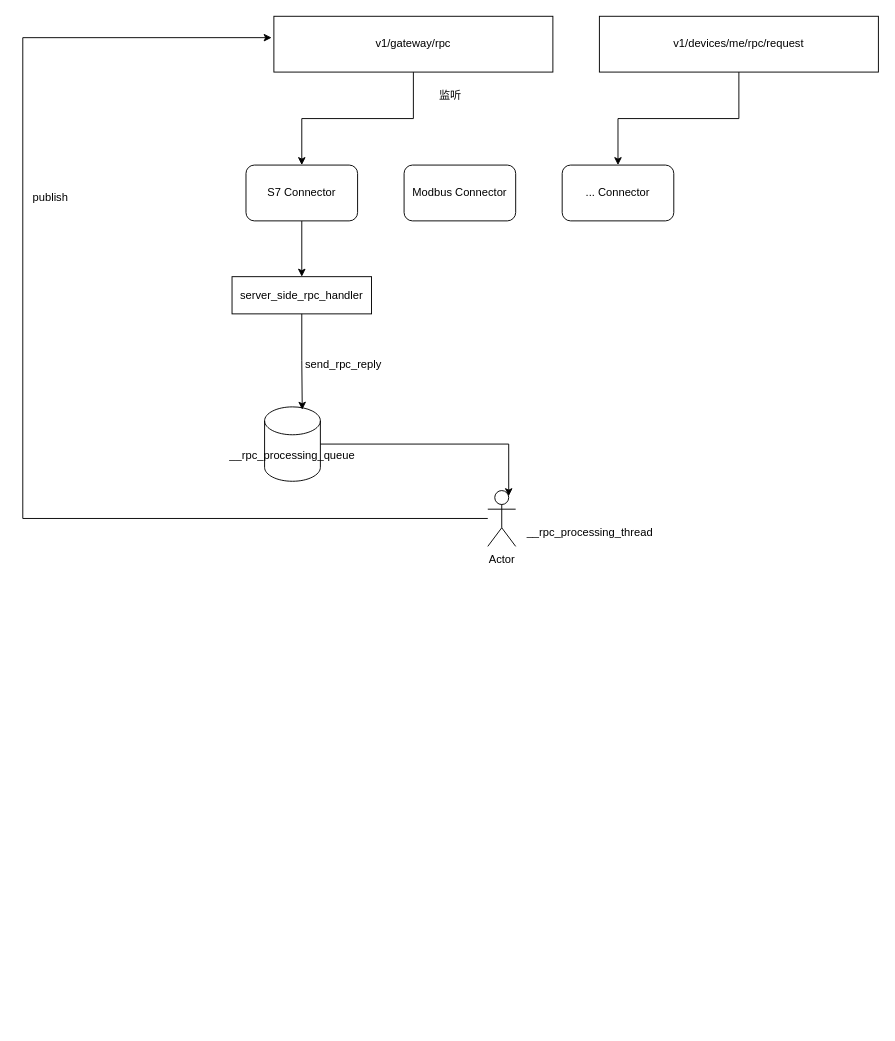
This is thingsboard gateway rpc topic.drawio from jettzhan/drawio_repo, a draw.io file, before an edit. Source tidied: cells renumbered, new cells numbered last; positions are measured from the earlier drawing's top-left corner, leaving out a move shared by most shapes. Both pictures are drawn from the tidied source at 93%, with x=0, y=0 at pixel (22, 16).
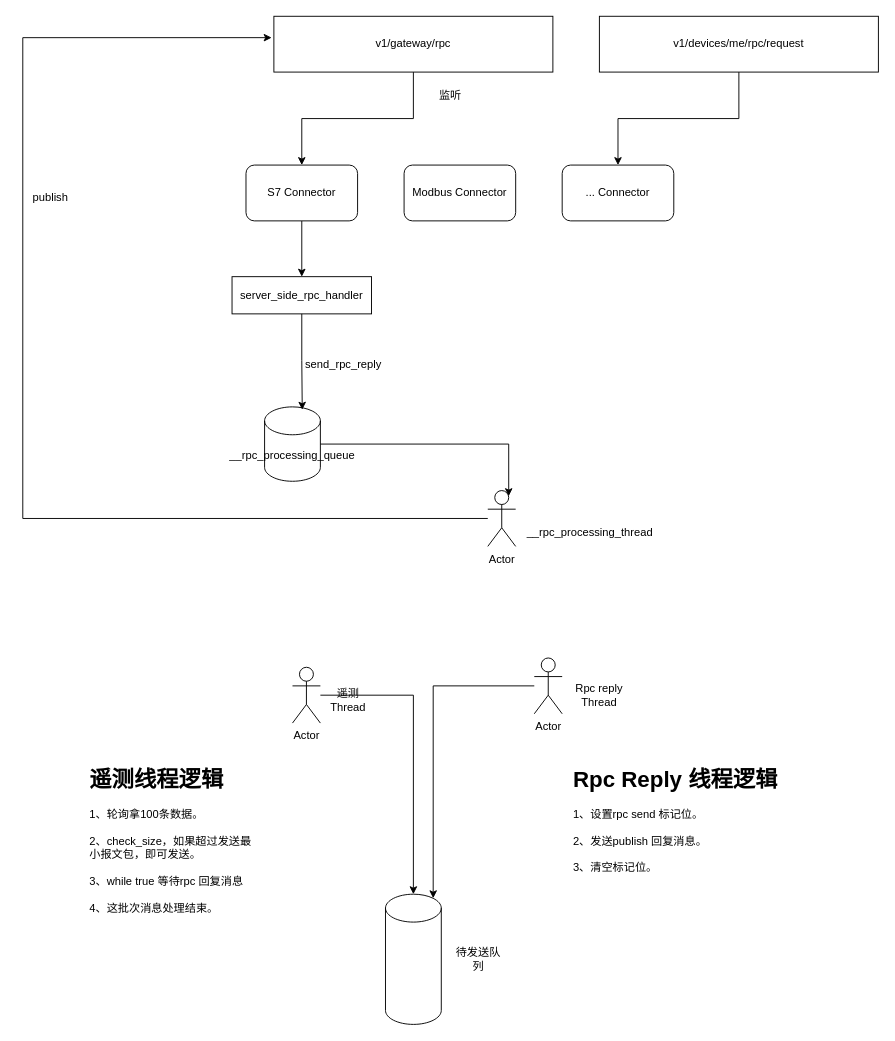
Above is the later version.

The edit, as a diff of the source:
```diff
@@
+    <mxCell id="20" style="shape=cylinder3;whiteSpace=wrap;html=1;boundedLbl=1;backgroundOutline=1;size=15;" parent="1" vertex="1">
+      <mxGeometry x="390" y="944" width="60" height="140" as="geometry" />
+    </mxCell>
+    <mxCell id="21" value="待发送队列" style="text;html=1;whiteSpace=wrap;strokeColor=none;fillColor=none;align=center;verticalAlign=middle;rounded=0;" parent="1" vertex="1">
+      <mxGeometry x="460" y="999" width="60" height="30" as="geometry" />
+    </mxCell>
+    <mxCell id="22" value="Actor" style="shape=umlActor;verticalLabelPosition=bottom;verticalAlign=top;html=1;outlineConnect=0;" parent="1" vertex="1">
+      <mxGeometry x="290" y="700" width="30" height="60" as="geometry" />
+    </mxCell>
+    <mxCell id="23" value="Actor" style="shape=umlActor;verticalLabelPosition=bottom;verticalAlign=top;html=1;outlineConnect=0;" parent="1" vertex="1">
+      <mxGeometry x="550" y="690" width="30" height="60" as="geometry" />
+    </mxCell>
+    <mxCell id="24" value="遥测Thread" style="text;html=1;whiteSpace=wrap;strokeColor=none;fillColor=none;align=center;verticalAlign=middle;rounded=0;" parent="1" vertex="1">
+      <mxGeometry x="320" y="720" width="60" height="30" as="geometry" />
+    </mxCell>
+    <mxCell id="25" value="Rpc reply Thread" style="text;html=1;whiteSpace=wrap;strokeColor=none;fillColor=none;align=center;verticalAlign=middle;rounded=0;" parent="1" vertex="1">
+      <mxGeometry x="590" y="715" width="60" height="30" as="geometry" />
+    </mxCell>
+    <mxCell id="26" style="edgeStyle=orthogonalEdgeStyle;rounded=0;jettySize=auto;html=1;entryX=0.5;entryY=0;entryDx=0;entryDy=0;entryPerimeter=0;" parent="1" edge="1" source="22" target="20">
+      <mxGeometry relative="1" as="geometry" />
+    </mxCell>
+    <mxCell id="27" style="edgeStyle=orthogonalEdgeStyle;rounded=0;jettySize=auto;html=1;entryX=0.855;entryY=0;entryDx=0;entryDy=4.35;entryPerimeter=0;" parent="1" edge="1" source="23" target="20">
+      <mxGeometry relative="1" as="geometry" />
+    </mxCell>
+    <mxCell id="28" value="&lt;h1 style=&quot;margin-top: 0px;&quot;&gt;遥测线程逻辑&lt;/h1&gt;&lt;div&gt;1、轮询拿100条数据。&lt;/div&gt;&lt;div&gt;&lt;br&gt;&lt;/div&gt;&lt;div&gt;2、check_size，如果超过发送最小报文包，即可发送。&lt;/div&gt;&lt;div&gt;&lt;br&gt;&lt;/div&gt;&lt;div&gt;3、while true 等待rpc 回复消息&lt;/div&gt;&lt;div&gt;&lt;br&gt;&lt;/div&gt;&lt;div&gt;4、这批次消息处理结束。&lt;/div&gt;" style="text;html=1;whiteSpace=wrap;overflow=hidden;rounded=0;" parent="1" vertex="1">
+      <mxGeometry x="70" y="800" width="180" height="200" as="geometry" />
+    </mxCell>
+    <mxCell id="29" value="&lt;h1 style=&quot;margin-top: 0px;&quot;&gt;Rpc Reply 线程逻辑&lt;/h1&gt;&lt;div&gt;1、设置rpc send 标记位。&lt;/div&gt;&lt;div&gt;&lt;br&gt;&lt;/div&gt;&lt;div&gt;2、发送publish 回复消息。&lt;/div&gt;&lt;div&gt;&lt;br&gt;&lt;/div&gt;&lt;div&gt;3、清空标记位。&lt;/div&gt;" style="text;html=1;whiteSpace=wrap;overflow=hidden;rounded=0;" parent="1" vertex="1">
+      <mxGeometry x="590" y="800" width="280" height="150" as="geometry" />
+    </mxCell>
```
